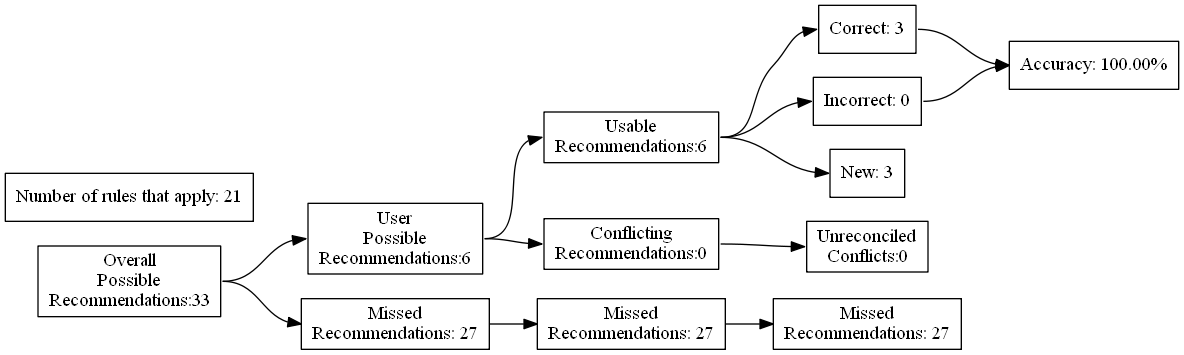
Earlier version of the Graphviz export test_renders/24.gv.png (ZaxR/ibd_diet_analysis). Its source is kept beside it as test_renders/24.gv.
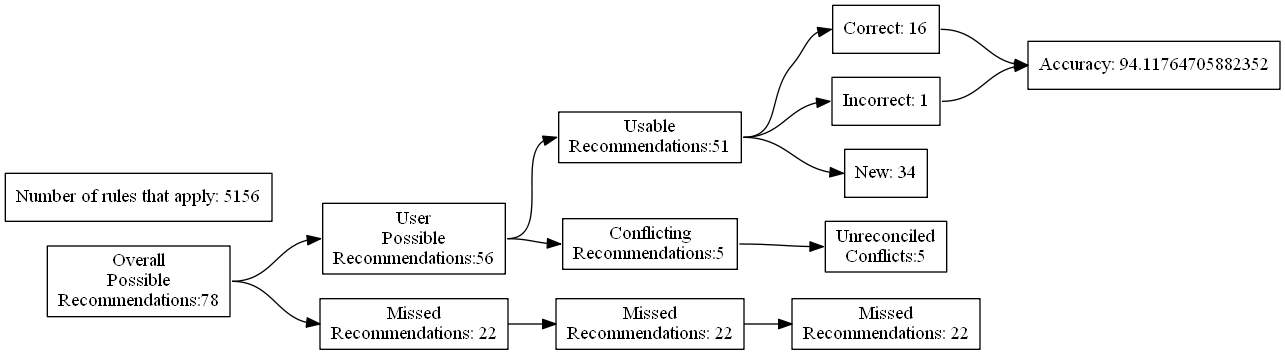
After the change.

Diff of the diagram source:
```diff
@@ -4,27 +4,27 @@
 	edge [headport=w tailport=e]
 		A [label="Overall
 Possible
-Recommendations:33"]
+Recommendations:78"]
 		B [label="User
 Possible
-Recommendations:6"]
+Recommendations:56"]
 		C [label="Missed
-Recommendations: 27"]
+Recommendations: 22"]
 		D [label="Usable
-Recommendations:6"]
+Recommendations:51"]
 		E [label="Conflicting
-Recommendations:0"]
+Recommendations:5"]
 		J [label="Missed
-Recommendations: 27"]
+Recommendations: 22"]
 		M [label="Unreconciled
-Conflicts:0"]
-		F [label="Correct: 3"]
-		G [label="Incorrect: 0"]
-		H [label="New: 3"]
+Conflicts:5"]
+		F [label="Correct: 16"]
+		G [label="Incorrect: 1"]
+		H [label="New: 34"]
 		K [label="Missed
-Recommendations: 27"]
-		I [label="Accuracy: 100.00%"]
-		l [label="Number of rules that apply: 21"]
+Recommendations: 22"]
+		I [label="Accuracy: 94.11764705882352"]
+		l [label="Number of rules that apply: 5156"]
 			A -> B
 			A -> C
 			B -> D
```
